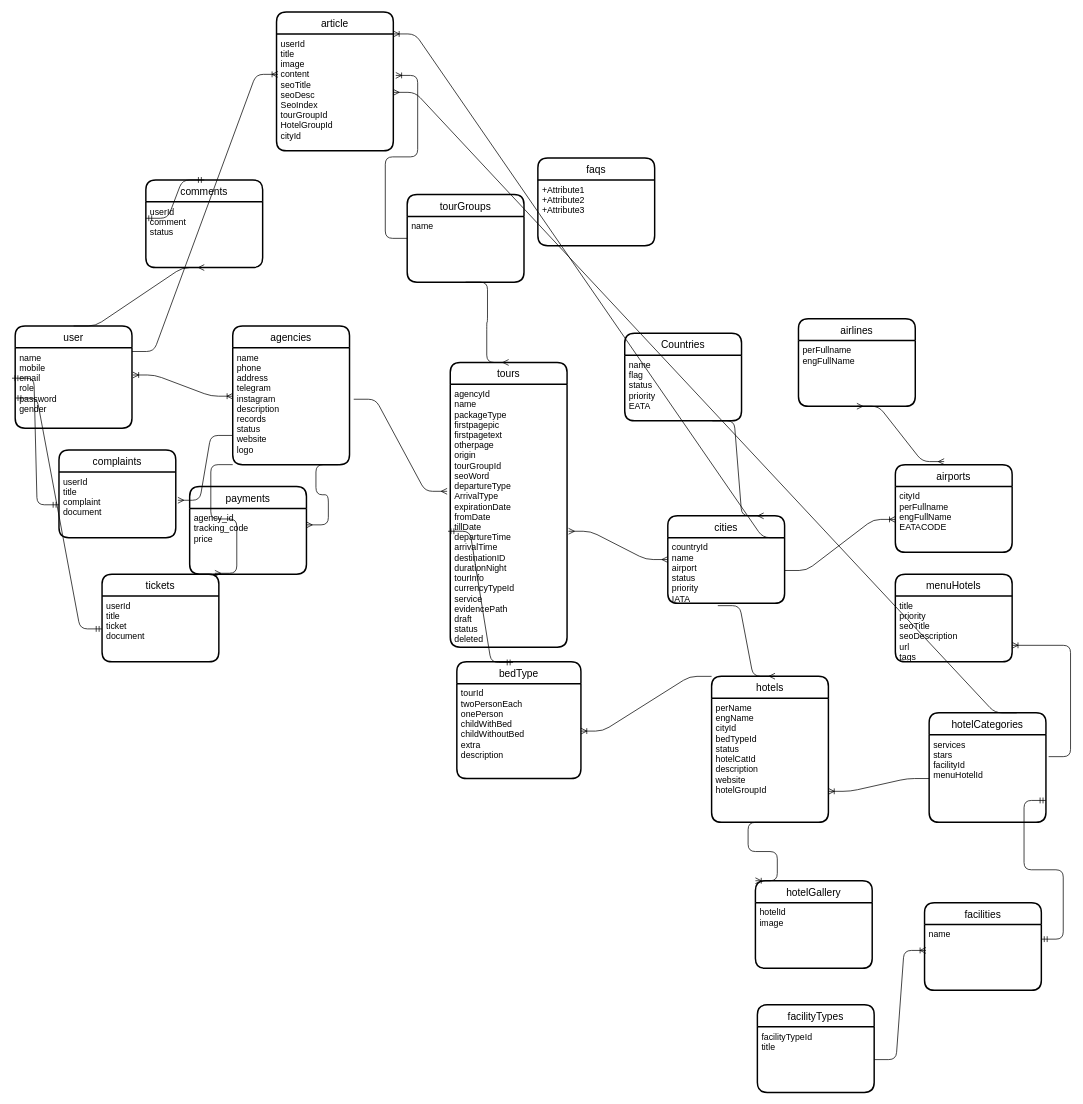
The draw.io diagram Untitled Diagram.drawio in hamedhsm73/gitProject, before the edit. Source tidied: cells renumbered, new cells numbered last; positions are measured from the earlier drawing's top-left corner, leaving out a move shared by most shapes. Both pictures are drawn from the tidied source at 73%, with x=0, y=0 at pixel (15, 12).
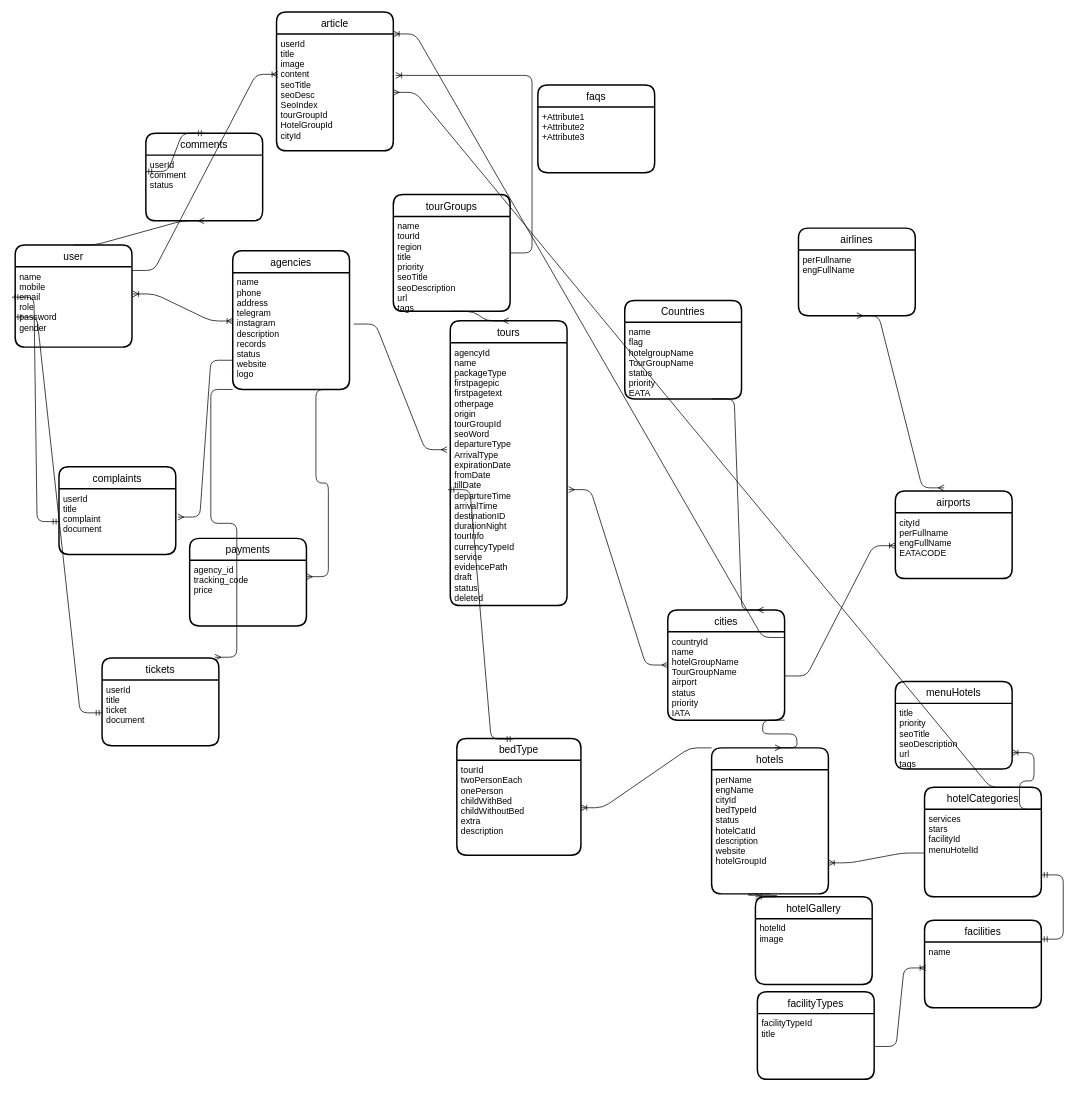
After the change.

Unchanged cells that the change refers to:
```xml
<mxCell id="37" value="services&#10;stars&#10;facilityId&#10;menuHotelId" style="align=left;strokeColor=none;fillColor=none;spacingLeft=4;fontSize=12;verticalAlign=top;" parent="36" vertex="1">
  <mxGeometry y="30" width="160" height="120" as="geometry" />
</mxCell>
<mxCell id="63" value="title&#10;priority&#10;seoTitle&#10;seoDescription&#10;url&#10;tags&#10;" style="align=left;strokeColor=none;fillColor=none;spacingLeft=4;fontSize=12;verticalAlign=top;" parent="62" vertex="1">
  <mxGeometry y="30" width="160" height="90" as="geometry" />
</mxCell>
```

Diff of the diagram source:
```diff
@@
     <mxCell id="2" value="user" style="swimlane;horizontal=1;startSize=30;rounded=1;fontSize=14;fontStyle=0;strokeWidth=2;shadow=0;dashed=0;align=center;" parent="1" vertex="1">
-      <mxGeometry x="0.3" y="430" width="160" height="140" as="geometry" />
+      <mxGeometry x="0.3" y="319" width="160" height="140" as="geometry" />
     </mxCell>
@@
     <mxCell id="4" value="complaints" style="swimlane;horizontal=1;startSize=30;rounded=1;fontSize=14;fontStyle=0;strokeWidth=2;shadow=0;dashed=0;align=center;" parent="1" vertex="1">
-      <mxGeometry x="60.3" y="600" width="160" height="120" as="geometry" />
+      <mxGeometry x="60.3" y="623" width="160" height="120" as="geometry" />
     </mxCell>
@@
     <mxCell id="6" value="tickets" style="swimlane;horizontal=1;startSize=30;rounded=1;fontSize=14;fontStyle=0;strokeWidth=2;shadow=0;dashed=0;align=center;" parent="1" vertex="1">
-      <mxGeometry x="119.3" y="770" width="160" height="120" as="geometry" />
+      <mxGeometry x="119.3" y="885" width="160" height="120" as="geometry" />
     </mxCell>
@@
     <mxCell id="8" value="agencies" style="swimlane;horizontal=1;startSize=30;rounded=1;fontSize=14;fontStyle=0;strokeWidth=2;shadow=0;dashed=0;align=center;" parent="1" vertex="1">
-      <mxGeometry x="298.3" y="430" width="160" height="190" as="geometry" />
+      <mxGeometry x="298.3" y="327" width="160" height="190" as="geometry" />
     </mxCell>
@@
     <mxCell id="10" value="payments" style="swimlane;horizontal=1;startSize=30;rounded=1;fontSize=14;fontStyle=0;strokeWidth=2;shadow=0;dashed=0;align=center;" parent="1" vertex="1">
-      <mxGeometry x="239.3" y="650" width="160" height="120" as="geometry" />
+      <mxGeometry x="239.3" y="721" width="160" height="120" as="geometry" />
     </mxCell>
@@
     <mxCell id="17" value="tours" style="swimlane;horizontal=1;startSize=30;rounded=1;fontSize=14;fontStyle=0;strokeWidth=2;shadow=0;dashed=0;align=center;" parent="1" vertex="1">
-      <mxGeometry x="596.3" y="480" width="160" height="390" as="geometry" />
+      <mxGeometry x="596.3" y="423" width="160" height="390" as="geometry" />
     </mxCell>
@@
     <mxCell id="19" value="Countries" style="swimlane;horizontal=1;startSize=30;rounded=1;fontSize=14;fontStyle=0;strokeWidth=2;shadow=0;dashed=0;align=center;" parent="1" vertex="1">
-      <mxGeometry x="835.3" y="440" width="160" height="120" as="geometry" />
+      <mxGeometry x="835.3" y="395" width="160" height="135" as="geometry" />
     </mxCell>
-    <mxCell id="20" value="name&#10;flag&#10;status&#10;priority&#10;EATA" style="align=left;strokeColor=none;fillColor=none;spacingLeft=4;fontSize=12;verticalAlign=top;" parent="19" vertex="1">
-      <mxGeometry y="30" width="160" height="90" as="geometry" />
+    <mxCell id="20" value="name&#10;flag&#10;hotelgroupName&#10;TourGroupName&#10;status&#10;priority&#10;EATA" style="align=left;strokeColor=none;fillColor=none;spacingLeft=4;fontSize=12;verticalAlign=top;" parent="19" vertex="1">
+      <mxGeometry y="30" width="160" height="105" as="geometry" />
     </mxCell>
     <mxCell id="21" value="cities" style="swimlane;horizontal=1;startSize=30;rounded=1;fontSize=14;fontStyle=0;strokeWidth=2;shadow=0;dashed=0;align=center;" parent="1" vertex="1">
-      <mxGeometry x="894.3" y="690" width="160" height="120" as="geometry" />
+      <mxGeometry x="894.3" y="819" width="160" height="151" as="geometry" />
     </mxCell>
-    <mxCell id="22" value="countryId&#10;name&#10;airport&#10;status&#10;priority&#10;IATA" style="align=left;strokeColor=none;fillColor=none;spacingLeft=4;fontSize=12;verticalAlign=top;" parent="21" vertex="1">
-      <mxGeometry y="30" width="160" height="90" as="geometry" />
+    <mxCell id="22" value="countryId&#10;name&#10;hotelGroupName&#10;TourGroupName&#10;airport&#10;status&#10;priority&#10;IATA" style="align=left;strokeColor=none;fillColor=none;spacingLeft=4;fontSize=12;verticalAlign=top;" parent="21" vertex="1">
+      <mxGeometry y="30" width="160" height="121" as="geometry" />
     </mxCell>
@@
     <mxCell id="25" value="tourGroups" style="swimlane;horizontal=1;startSize=30;rounded=1;fontSize=14;fontStyle=0;strokeWidth=2;shadow=0;dashed=0;align=center;" parent="1" vertex="1">
-      <mxGeometry x="537.3" y="250" width="160" height="120" as="geometry" />
+      <mxGeometry x="518.3" y="250" width="160" height="160" as="geometry" />
     </mxCell>
-    <mxCell id="26" value="name" style="align=left;strokeColor=none;fillColor=none;spacingLeft=4;fontSize=12;verticalAlign=top;" parent="25" vertex="1">
-      <mxGeometry y="30" width="160" height="90" as="geometry" />
+    <mxCell id="26" value="name&#10;tourId&#10;region&#10;title&#10;priority&#10;seoTitle&#10;seoDescription&#10;url&#10;tags&#10;" style="align=left;strokeColor=none;fillColor=none;spacingLeft=4;fontSize=12;verticalAlign=top;" parent="25" vertex="1">
+      <mxGeometry y="30" width="160" height="130" as="geometry" />
     </mxCell>
@@
     <mxCell id="28" value="bedType" style="swimlane;horizontal=1;startSize=30;rounded=1;fontSize=14;fontStyle=0;strokeWidth=2;shadow=0;dashed=0;align=center;" parent="1" vertex="1">
-      <mxGeometry x="605.3" y="890" width="170" height="160" as="geometry" />
+      <mxGeometry x="605.3" y="995" width="170" height="160" as="geometry" />
     </mxCell>
@@
     <mxCell id="32" value="hotels" style="swimlane;horizontal=1;startSize=30;rounded=1;fontSize=14;fontStyle=0;strokeWidth=2;shadow=0;dashed=0;align=center;" parent="1" vertex="1">
-      <mxGeometry x="954.3" y="910" width="160" height="200" as="geometry" />
+      <mxGeometry x="954.3" y="1008" width="160" height="200" as="geometry" />
     </mxCell>
@@
-    <mxCell id="34" style="edgeStyle=entityRelationEdgeStyle;fontSize=12;html=1;endArrow=ERmany;entryX=0.543;entryY=-0.001;entryDx=0;entryDy=0;entryPerimeter=0;exitX=0.428;exitY=1.035;exitDx=0;exitDy=0;exitPerimeter=0;" parent="1" edge="1" source="22" target="32">
+    <mxCell id="34" style="edgeStyle=entityRelationEdgeStyle;fontSize=12;html=1;endArrow=ERmany;entryX=0.543;entryY=-0.001;entryDx=0;entryDy=0;entryPerimeter=0;exitX=1;exitY=1;exitDx=0;exitDy=0;" parent="1" edge="1" source="22" target="32">
       <mxGeometry relative="1" as="geometry" />
     </mxCell>
@@
     <mxCell id="36" value="hotelCategories" style="swimlane;horizontal=1;startSize=30;rounded=1;fontSize=14;fontStyle=0;strokeWidth=2;shadow=0;dashed=0;align=center;" parent="1" vertex="1">
-      <mxGeometry x="1252.3" y="960" width="160" height="150" as="geometry" />
+      <mxGeometry x="1246" y="1062" width="160" height="150" as="geometry" />
     </mxCell>
@@
     <mxCell id="39" value="faqs" style="swimlane;horizontal=1;startSize=30;rounded=1;fontSize=14;fontStyle=0;strokeWidth=2;shadow=0;dashed=0;align=center;" parent="1" vertex="1">
-      <mxGeometry x="716.3" y="200" width="160" height="120" as="geometry" />
+      <mxGeometry x="716.3" y="100" width="160" height="120" as="geometry" />
     </mxCell>
@@
     <mxCell id="41" value="airlines" style="swimlane;horizontal=1;startSize=30;rounded=1;fontSize=14;fontStyle=0;strokeWidth=2;shadow=0;dashed=0;align=center;" parent="1" vertex="1">
-      <mxGeometry x="1073.3" y="420" width="160" height="120" as="geometry" />
+      <mxGeometry x="1073.3" y="296" width="160" height="120" as="geometry" />
     </mxCell>
@@
     <mxCell id="43" value="airports" style="swimlane;horizontal=1;startSize=30;rounded=1;fontSize=14;fontStyle=0;strokeWidth=2;shadow=0;dashed=0;align=center;" parent="1" vertex="1">
-      <mxGeometry x="1206" y="620" width="160" height="120" as="geometry" />
+      <mxGeometry x="1206" y="656" width="160" height="120" as="geometry" />
     </mxCell>
@@
     <mxCell id="47" value="facilityTypes" style="swimlane;horizontal=1;startSize=30;rounded=1;fontSize=14;fontStyle=0;strokeWidth=2;shadow=0;dashed=0;align=center;" parent="1" vertex="1">
-      <mxGeometry x="1017" y="1360" width="160" height="120" as="geometry" />
+      <mxGeometry x="1017" y="1342" width="160" height="120" as="geometry" />
     </mxCell>
@@
     <mxCell id="49" value="facilities" style="swimlane;horizontal=1;startSize=30;rounded=1;fontSize=14;fontStyle=0;strokeWidth=2;shadow=0;dashed=0;align=center;" parent="1" vertex="1">
-      <mxGeometry x="1246" y="1220" width="160" height="120" as="geometry" />
+      <mxGeometry x="1246" y="1244" width="160" height="120" as="geometry" />
     </mxCell>
@@
     <mxCell id="51" value="comments" style="swimlane;horizontal=1;startSize=30;rounded=1;fontSize=14;fontStyle=0;strokeWidth=2;shadow=0;dashed=0;align=center;" parent="1" vertex="1">
-      <mxGeometry x="179.3" y="230" width="160" height="120" as="geometry" />
+      <mxGeometry x="179.3" y="166" width="160" height="120" as="geometry" />
     </mxCell>
@@
     <mxCell id="59" value="hotelGallery" style="swimlane;horizontal=1;startSize=30;rounded=1;fontSize=14;fontStyle=0;strokeWidth=2;shadow=0;dashed=0;align=center;" parent="1" vertex="1">
-      <mxGeometry x="1014.3" y="1190" width="160" height="120" as="geometry" />
+      <mxGeometry x="1014.3" y="1212" width="160" height="120" as="geometry" />
     </mxCell>
@@
     <mxCell id="62" value="menuHotels" style="swimlane;horizontal=1;startSize=30;rounded=1;fontSize=14;fontStyle=0;strokeWidth=2;shadow=0;dashed=0;align=center;" parent="1" vertex="1">
-      <mxGeometry x="1206" y="770" width="160" height="120" as="geometry" />
+      <mxGeometry x="1206" y="917" width="160" height="120" as="geometry" />
     </mxCell>
@@
-    <mxCell id="68" style="edgeStyle=entityRelationEdgeStyle;fontSize=12;html=1;endArrow=ERoneToMany;entryX=1;entryY=0.75;entryDx=0;entryDy=0;" parent="1" edge="1" target="63">
-      <mxGeometry relative="1" as="geometry">
-        <mxPoint x="1416" y="1020" as="sourcePoint" />
-      </mxGeometry>
+    <mxCell id="68" style="edgeStyle=entityRelationEdgeStyle;fontSize=12;html=1;endArrow=ERoneToMany;entryX=1;entryY=0.75;entryDx=0;entryDy=0;exitX=1;exitY=0;exitDx=0;exitDy=0;" parent="1" edge="1" source="37" target="63">
+      <mxGeometry relative="1" as="geometry" />
     </mxCell>
```
